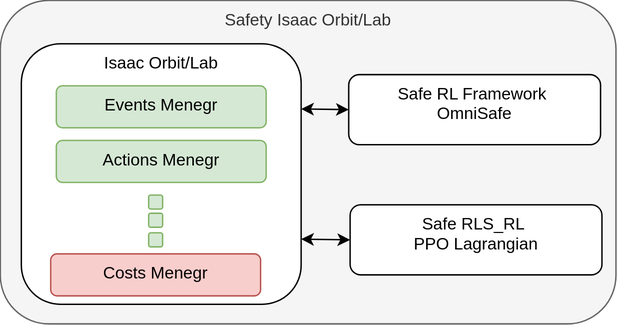
The draw.io diagram assets/safety_orbit/safety_isaac.svg in karamdaaboul/karamdaaboul.github.io, before a commit. Source tidied: cells renumbered, new cells last; positions are measured from the earlier drawing's top-left corner, leaving out a move shared by most shapes. Its diagram source:
```xml
<mxGraphModel>
  <root>
    <mxCell id="0" />
    <mxCell id="1" parent="0" />
    <mxCell id="2" value="Safety Isaac Orbit/Lab" style="rounded=1;whiteSpace=wrap;html=1;verticalAlign=top;fillColor=#f5f5f5;fontColor=#333333;strokeColor=#666666;" parent="1" vertex="1">
      <mxGeometry width="440" height="231" as="geometry" />
    </mxCell>
    <mxCell id="3" value="Isaac Orbit/Lab" style="rounded=1;whiteSpace=wrap;html=1;verticalAlign=top;" parent="1" vertex="1">
      <mxGeometry x="15" y="31" width="200" height="186" as="geometry" />
    </mxCell>
    <mxCell id="4" value="Events Menegr" style="rounded=1;whiteSpace=wrap;html=1;verticalAlign=top;fillColor=#d5e8d4;strokeColor=#82b366;" parent="1" vertex="1">
      <mxGeometry x="40" y="61" width="150" height="30" as="geometry" />
    </mxCell>
    <mxCell id="5" value="Actions Menegr" style="rounded=1;whiteSpace=wrap;html=1;verticalAlign=top;fillColor=#d5e8d4;strokeColor=#82b366;" parent="1" vertex="1">
      <mxGeometry x="40" y="100" width="150" height="30" as="geometry" />
    </mxCell>
    <mxCell id="6" style="rounded=1;whiteSpace=wrap;html=1;verticalAlign=top;fillColor=#d5e8d4;strokeColor=#82b366;" parent="1" vertex="1">
      <mxGeometry x="106" y="139" width="10" height="10" as="geometry" />
    </mxCell>
    <mxCell id="7" style="rounded=1;whiteSpace=wrap;html=1;verticalAlign=top;fillColor=#d5e8d4;strokeColor=#82b366;" parent="1" vertex="1">
      <mxGeometry x="106" y="152" width="10" height="10" as="geometry" />
    </mxCell>
    <mxCell id="8" style="rounded=1;whiteSpace=wrap;html=1;verticalAlign=top;fillColor=#d5e8d4;strokeColor=#82b366;" parent="1" vertex="1">
      <mxGeometry x="106" y="166" width="10" height="10" as="geometry" />
    </mxCell>
    <mxCell id="9" value="Costs Menegr" style="rounded=1;whiteSpace=wrap;html=1;verticalAlign=top;fillColor=#f8cecc;strokeColor=#b85450;" parent="1" vertex="1">
      <mxGeometry x="36" y="181" width="150" height="30" as="geometry" />
    </mxCell>
    <mxCell id="10" value="Safe RL Framework&amp;nbsp;&lt;div&gt;OmniSafe&lt;/div&gt;" style="rounded=1;whiteSpace=wrap;html=1;verticalAlign=top;" parent="1" vertex="1">
      <mxGeometry x="249" y="53" width="180" height="50" as="geometry" />
    </mxCell>
    <mxCell id="11" value="Safe RLS_RL&amp;nbsp;&lt;div&gt;PPO Lagrangian&lt;/div&gt;" style="rounded=1;whiteSpace=wrap;html=1;verticalAlign=top;" parent="1" vertex="1">
      <mxGeometry x="250" y="146" width="180" height="50" as="geometry" />
    </mxCell>
    <mxCell id="12" style="endArrow=classic;startArrow=classic;html=1;rounded=0;entryX=0;entryY=0.5;entryDx=0;entryDy=0;exitX=1;exitY=0.25;exitDx=0;exitDy=0;" parent="1" edge="1" source="3" target="10">
      <mxGeometry relative="1" as="geometry" />
    </mxCell>
    <mxCell id="13" style="endArrow=classic;startArrow=classic;html=1;rounded=0;entryX=0;entryY=0.5;entryDx=0;entryDy=0;exitX=1;exitY=0.75;exitDx=0;exitDy=0;" parent="1" edge="1" source="3" target="11">
      <mxGeometry relative="1" as="geometry" />
    </mxCell>
  </root>
</mxGraphModel>
```
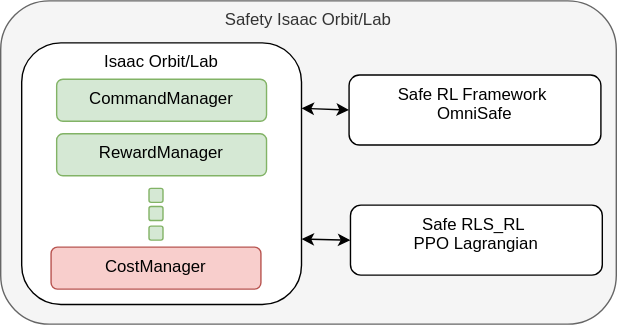
After the change.

Commit message:
add corrected manger

Change to the diagram source:
```diff
@@ -3,15 +3,15 @@
     <mxCell id="0" />
     <mxCell id="1" parent="0" />
     <mxCell id="2" value="Safety Isaac Orbit/Lab" style="rounded=1;whiteSpace=wrap;html=1;verticalAlign=top;fillColor=#f5f5f5;fontColor=#333333;strokeColor=#666666;" parent="1" vertex="1">
-      <mxGeometry width="440" height="231" as="geometry" />
+      <mxGeometry y="5" width="440" height="231" as="geometry" />
     </mxCell>
     <mxCell id="3" value="Isaac Orbit/Lab" style="rounded=1;whiteSpace=wrap;html=1;verticalAlign=top;" parent="1" vertex="1">
-      <mxGeometry x="15" y="31" width="200" height="186" as="geometry" />
+      <mxGeometry x="15" y="35" width="200" height="187" as="geometry" />
     </mxCell>
-    <mxCell id="4" value="Events Menegr" style="rounded=1;whiteSpace=wrap;html=1;verticalAlign=top;fillColor=#d5e8d4;strokeColor=#82b366;" parent="1" vertex="1">
+    <mxCell id="4" value="CommandManager" style="rounded=1;whiteSpace=wrap;html=1;verticalAlign=top;fillColor=#d5e8d4;strokeColor=#82b366;" parent="1" vertex="1">
       <mxGeometry x="40" y="61" width="150" height="30" as="geometry" />
     </mxCell>
-    <mxCell id="5" value="Actions Menegr" style="rounded=1;whiteSpace=wrap;html=1;verticalAlign=top;fillColor=#d5e8d4;strokeColor=#82b366;" parent="1" vertex="1">
+    <mxCell id="5" value="RewardManager" style="rounded=1;whiteSpace=wrap;html=1;verticalAlign=top;fillColor=#d5e8d4;strokeColor=#82b366;" parent="1" vertex="1">
       <mxGeometry x="40" y="100" width="150" height="30" as="geometry" />
     </mxCell>
     <mxCell id="6" style="rounded=1;whiteSpace=wrap;html=1;verticalAlign=top;fillColor=#d5e8d4;strokeColor=#82b366;" parent="1" vertex="1">
@@ -23,14 +23,14 @@
     <mxCell id="8" style="rounded=1;whiteSpace=wrap;html=1;verticalAlign=top;fillColor=#d5e8d4;strokeColor=#82b366;" parent="1" vertex="1">
       <mxGeometry x="106" y="166" width="10" height="10" as="geometry" />
     </mxCell>
-    <mxCell id="9" value="Costs Menegr" style="rounded=1;whiteSpace=wrap;html=1;verticalAlign=top;fillColor=#f8cecc;strokeColor=#b85450;" parent="1" vertex="1">
+    <mxCell id="9" value="CostManager" style="rounded=1;whiteSpace=wrap;html=1;verticalAlign=top;fillColor=#f8cecc;strokeColor=#b85450;" parent="1" vertex="1">
       <mxGeometry x="36" y="181" width="150" height="30" as="geometry" />
     </mxCell>
     <mxCell id="10" value="Safe RL Framework&amp;nbsp;&lt;div&gt;OmniSafe&lt;/div&gt;" style="rounded=1;whiteSpace=wrap;html=1;verticalAlign=top;" parent="1" vertex="1">
-      <mxGeometry x="249" y="53" width="180" height="50" as="geometry" />
+      <mxGeometry x="249" y="58" width="180" height="50" as="geometry" />
     </mxCell>
     <mxCell id="11" value="Safe RLS_RL&amp;nbsp;&lt;div&gt;PPO Lagrangian&lt;/div&gt;" style="rounded=1;whiteSpace=wrap;html=1;verticalAlign=top;" parent="1" vertex="1">
-      <mxGeometry x="250" y="146" width="180" height="50" as="geometry" />
+      <mxGeometry x="250" y="151" width="180" height="50" as="geometry" />
     </mxCell>
     <mxCell id="12" style="endArrow=classic;startArrow=classic;html=1;rounded=0;entryX=0;entryY=0.5;entryDx=0;entryDy=0;exitX=1;exitY=0.25;exitDx=0;exitDy=0;" parent="1" edge="1" source="3" target="10">
       <mxGeometry relative="1" as="geometry" />
```
